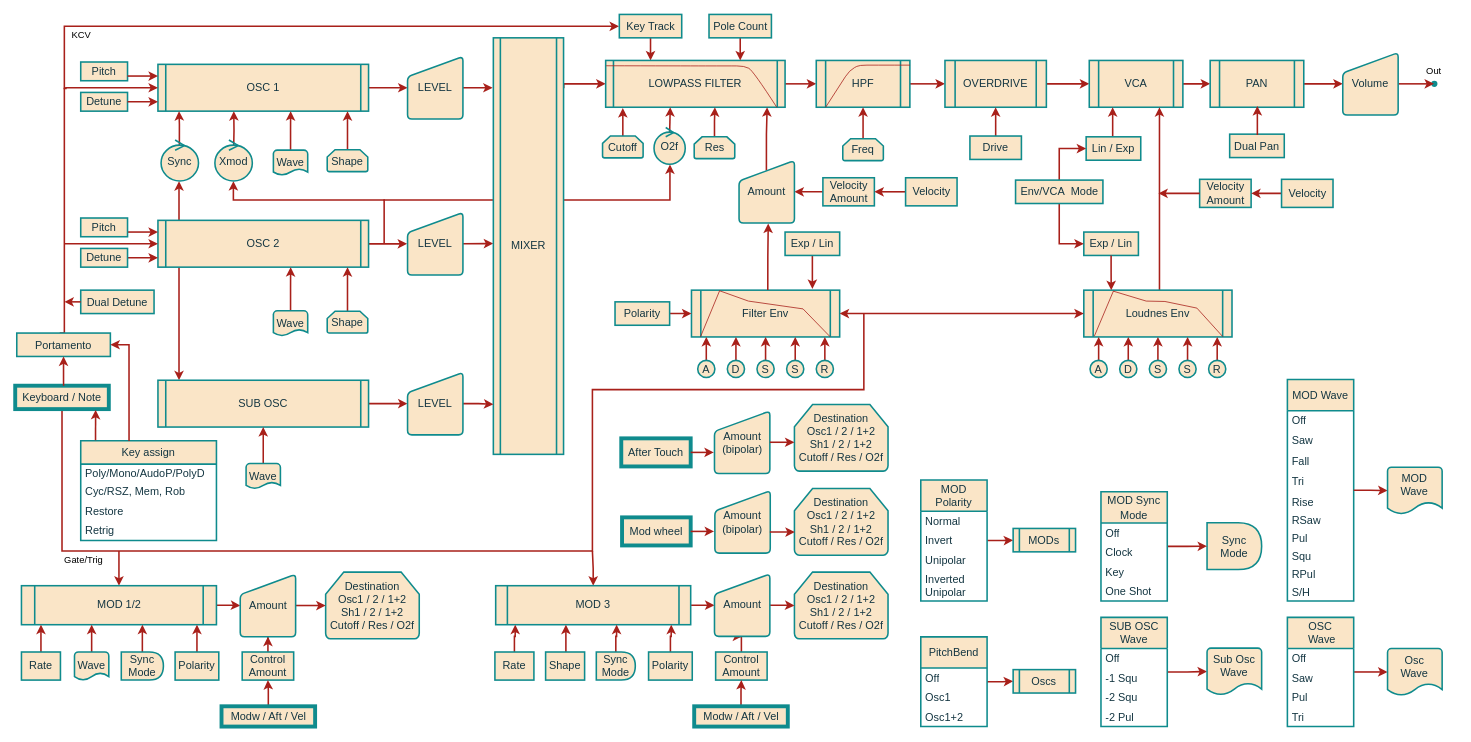
The draw.io diagram plugins/mimid/Doc/mimid-flow.drawio in polluxsynth/audio-plugins, before the edit. Source tidied: cells renumbered, new cells numbered last; positions are measured from the earlier drawing's top-left corner, leaving out a move shared by most shapes. Both pictures are drawn from the tidied source at 78%, with x=0, y=0 at pixel (15, 14).
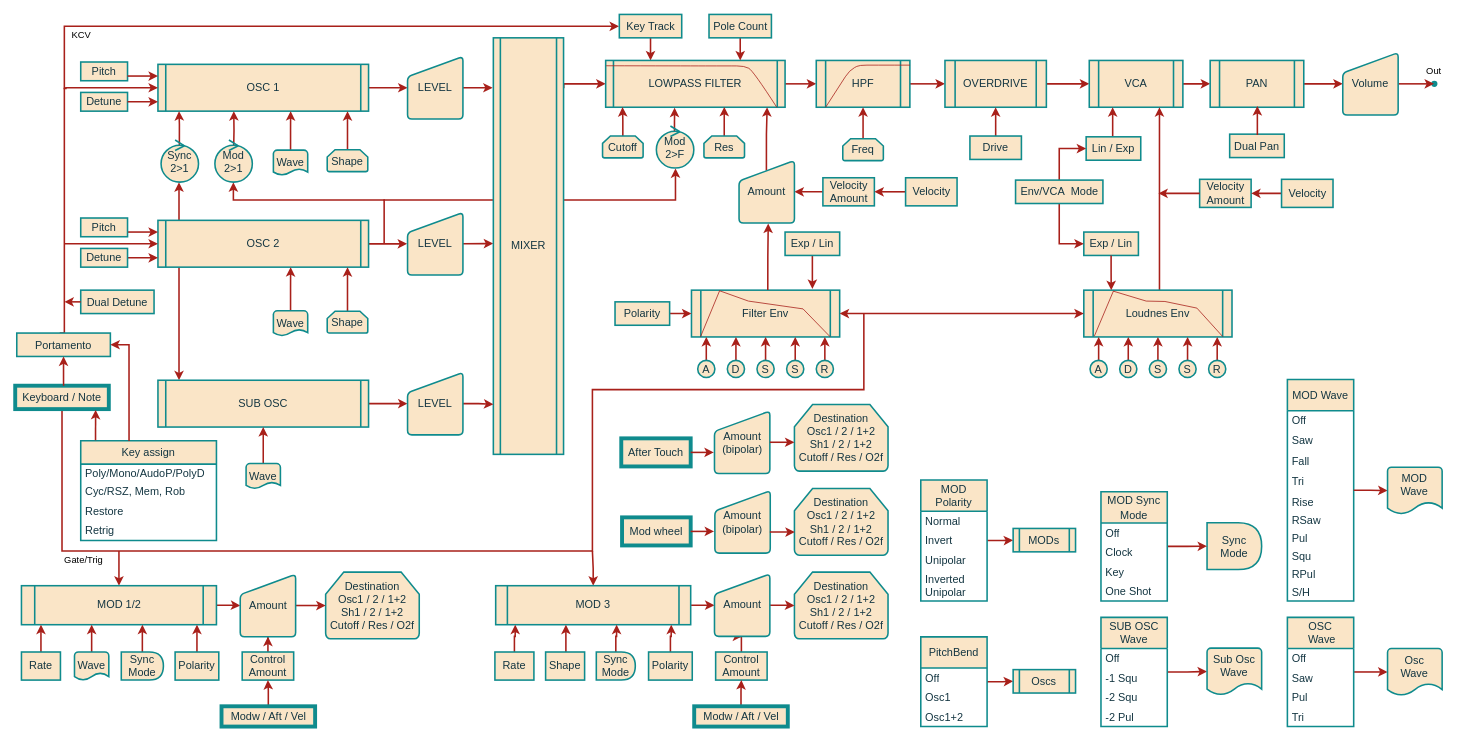
Above is the later version.

Commit message (it also covers changes not shown here):
mimid-manual, mimid-flow: Update with parameter name changes

Unchanged cells that the change refers to:
```xml
<mxCell id="34" value="LOWPASS FILTER" style="shape=process;whiteSpace=wrap;html=1;backgroundOutline=1;size=0.04347826086956423;points=[[0,0,0,0,0],[0,0.25,0,0,0],[0,0.5,0,0,0],[0,0.75,0,0,0],[0,1,0,0,0],[0.1,1,0,0,0],[0.25,0,0,0,0],[0.36,1,0,0,0],[0.5,0,0,0,0],[0.64,1,0,0,0],[0.75,0,0,0,0],[0.9,1,0,0,0],[1,0,0,0,0],[1,0.25,0,0,0],[1,0.5,0,0,0],[1,0.75,0,0,0],[1,1,0,0,0]];strokeWidth=2;labelBackgroundColor=none;fontSize=14;fillColor=light-dark(#FAE5C7,#EDEDED);strokeColor=#0F8B8D;fontColor=#143642;" parent="1" vertex="1">
  <mxGeometry x="757" y="59" width="230" height="60" as="geometry" />
</mxCell>
<mxCell id="67" value="Cutoff" style="strokeWidth=2;html=1;shape=mxgraph.flowchart.loop_limit;whiteSpace=wrap;labelBackgroundColor=none;fontSize=14;fillColor=#FAE5C7;strokeColor=#0F8B8D;fontColor=#143642;" parent="1" vertex="1">
  <mxGeometry x="753" y="155.9" width="52" height="28" as="geometry" />
</mxCell>
```

What changed in the source:
```diff
@@
-    <mxCell id="63" style="edgeStyle=orthogonalEdgeStyle;rounded=0;jettySize=auto;html=1;exitX=0.499;exitY=0.13;exitDx=0;exitDy=0;exitPerimeter=0;entryX=0.36;entryY=1;entryDx=0;entryDy=0;entryPerimeter=0;strokeWidth=2;labelBackgroundColor=none;fontColor=default;fontSize=14;strokeColor=#A8201A;" parent="1" edge="1" source="106" target="34">
+    <mxCell id="63" style="edgeStyle=orthogonalEdgeStyle;rounded=0;jettySize=auto;html=1;strokeWidth=2;labelBackgroundColor=none;fontColor=default;fontSize=14;strokeColor=#A8201A;entryX=0.384;entryY=1.009;entryDx=0;entryDy=0;entryPerimeter=0;exitX=0.517;exitY=0.145;exitDx=0;exitDy=0;exitPerimeter=0;" parent="1" edge="1" source="106" target="34">
       <mxGeometry relative="1" as="geometry" />
     </mxCell>
-    <mxCell id="64" style="edgeStyle=orthogonalEdgeStyle;rounded=0;jettySize=auto;html=1;entryX=0.609;entryY=1;entryDx=0;entryDy=0;entryPerimeter=0;strokeWidth=2;labelBackgroundColor=none;fontColor=default;fontSize=14;strokeColor=#A8201A;" parent="1" edge="1" source="65" target="34">
+    <mxCell id="64" style="edgeStyle=orthogonalEdgeStyle;rounded=0;jettySize=auto;html=1;strokeWidth=2;labelBackgroundColor=none;fontColor=default;fontSize=14;strokeColor=#A8201A;entryX=0.661;entryY=0.992;entryDx=0;entryDy=0;entryPerimeter=0;" parent="1" edge="1" source="65" target="34">
       <mxGeometry relative="1" as="geometry" />
     </mxCell>
     <mxCell id="65" value="Res" style="strokeWidth=2;html=1;shape=mxgraph.flowchart.loop_limit;whiteSpace=wrap;labelBackgroundColor=none;fontSize=14;fillColor=#FAE5C7;strokeColor=#0F8B8D;fontColor=#143642;" parent="1" vertex="1">
-      <mxGeometry x="870.5" y="156.9" width="52" height="28" as="geometry" />
+      <mxGeometry x="883" y="155.9" width="52" height="28" as="geometry" />
     </mxCell>
-    <mxCell id="66" style="edgeStyle=orthogonalEdgeStyle;rounded=0;jettySize=auto;html=1;strokeWidth=2;labelBackgroundColor=none;fontColor=default;fontSize=14;strokeColor=#A8201A;" parent="1" edge="1" source="67">
-      <mxGeometry relative="1" as="geometry">
-        <mxPoint x="779" y="120" as="targetPoint" />
-      </mxGeometry>
+    <mxCell id="66" style="edgeStyle=orthogonalEdgeStyle;rounded=0;jettySize=auto;html=1;strokeWidth=2;labelBackgroundColor=none;fontColor=default;fontSize=14;strokeColor=#A8201A;entryX=0.094;entryY=0.997;entryDx=0;entryDy=0;entryPerimeter=0;" parent="1" edge="1" source="67" target="34">
+      <mxGeometry relative="1" as="geometry" />
     </mxCell>
@@
-    <mxCell id="104" value="Sync" style="ellipse;shape=umlControl;whiteSpace=wrap;html=1;flipV=0;flipH=1;rotation=0;strokeWidth=2;spacingTop=-5;labelBackgroundColor=none;fontSize=14;fillColor=#FAE5C7;strokeColor=#0F8B8D;fontColor=#143642;" parent="1" vertex="1">
-      <mxGeometry x="187" y="161" width="48" height="52.5" as="geometry" />
+    <mxCell id="104" value="&lt;div&gt;Sync&lt;/div&gt;&lt;div&gt;2&amp;gt;1&lt;/div&gt;" style="ellipse;shape=umlControl;whiteSpace=wrap;html=1;flipV=0;flipH=1;rotation=0;strokeWidth=2;spacingTop=-5;labelBackgroundColor=none;fontSize=14;fillColor=#FAE5C7;strokeColor=#0F8B8D;fontColor=#143642;" parent="1" vertex="1">
+      <mxGeometry x="187" y="161" width="48" height="54" as="geometry" />
     </mxCell>
-    <mxCell id="105" value="Xmod" style="ellipse;shape=umlControl;whiteSpace=wrap;html=1;flipV=0;flipH=1;rotation=0;strokeWidth=2;spacingTop=-5;labelBackgroundColor=none;fontSize=14;fillColor=#FAE5C7;strokeColor=#0F8B8D;fontColor=#143642;" parent="1" vertex="1">
-      <mxGeometry x="256" y="161" width="48" height="52.5" as="geometry" />
+    <mxCell id="105" value="&lt;div&gt;Mod&lt;/div&gt;&lt;div&gt;2&amp;gt;1&lt;/div&gt;" style="ellipse;shape=umlControl;whiteSpace=wrap;html=1;flipV=0;flipH=1;rotation=0;strokeWidth=2;spacingTop=-5;labelBackgroundColor=none;fontSize=14;fillColor=#FAE5C7;strokeColor=#0F8B8D;fontColor=#143642;" parent="1" vertex="1">
+      <mxGeometry x="256" y="161" width="48" height="54" as="geometry" />
     </mxCell>
-    <mxCell id="106" value="O2f" style="ellipse;shape=umlControl;whiteSpace=wrap;html=1;flipV=0;flipH=1;rotation=0;strokeWidth=2;spacingTop=-5;labelBackgroundColor=none;fontSize=14;fillColor=#FAE5C7;strokeColor=#0F8B8D;fontColor=#143642;" parent="1" vertex="1">
-      <mxGeometry x="819" y="145" width="40" height="47" as="geometry" />
+    <mxCell id="106" value="&lt;div&gt;Mod&lt;/div&gt;&lt;div&gt;2&amp;gt;F&lt;/div&gt;" style="ellipse;shape=umlControl;whiteSpace=wrap;html=1;flipV=0;flipH=1;rotation=0;strokeWidth=2;spacingTop=-5;labelBackgroundColor=none;fontSize=14;fillColor=#FAE5C7;strokeColor=#0F8B8D;fontColor=#143642;labelPosition=center;verticalLabelPosition=middle;align=center;verticalAlign=middle;" parent="1" vertex="1">
+      <mxGeometry x="822" y="143" width="48" height="54" as="geometry" />
     </mxCell>
```
